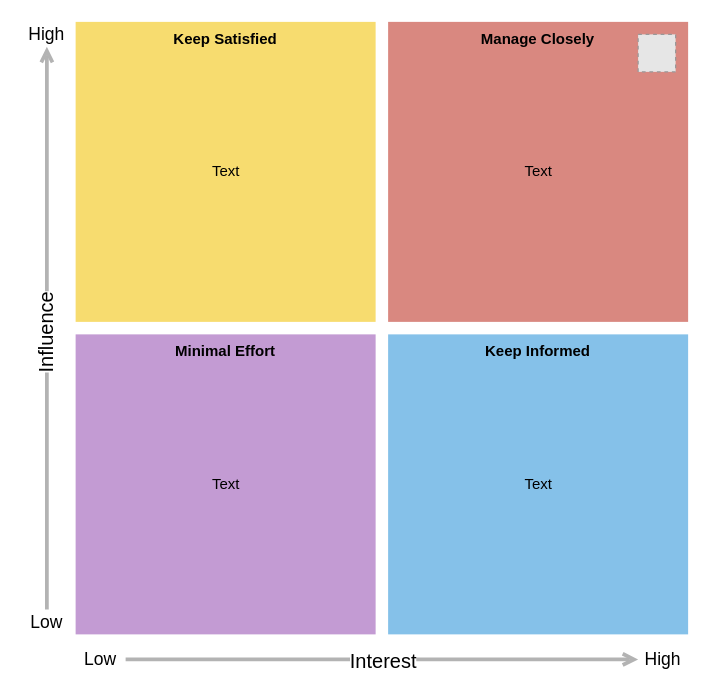
The draw.io diagram Project: Agile Software Engineering Diagram 1.drawio in Matasem-h/SimpleFlowcharts, before the edit. Source tidied: cells renumbered, new cells numbered last; positions are measured from the earlier drawing's top-left corner, leaving out a move shared by most shapes. Both pictures are drawn from the tidied source at 125%, with x=0, y=0 at pixel (21, 21). Pictures stored in the file or linked from it are replaced by grey dashed boxes.
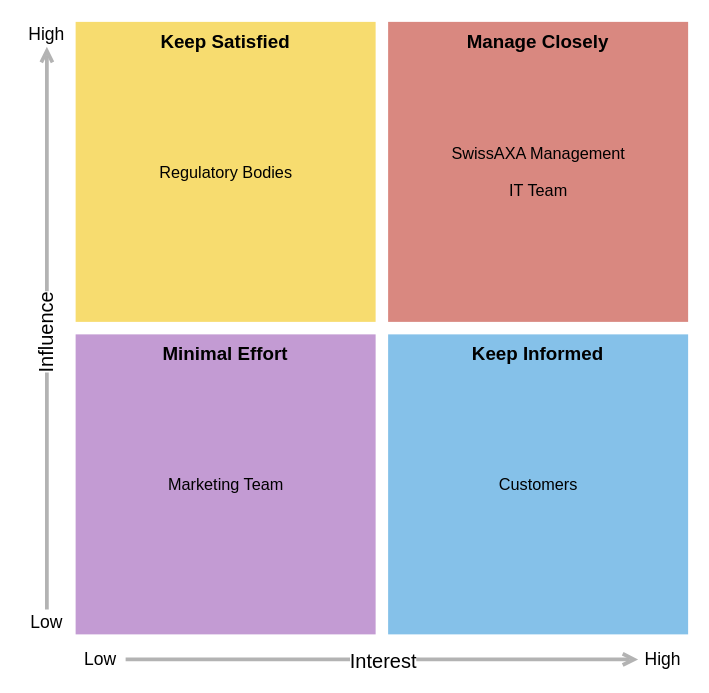
The same page after the edit.

Change to the diagram source:
```diff
@@
 <mxGraphModel>
   <root>
     <mxCell id="0" />
     <mxCell id="1" parent="0" />
-    <mxCell id="2" value="&lt;b&gt;Keep Satisfied&lt;/b&gt;" style="whiteSpace=wrap;html=1;shadow=0;strokeColor=none;fillColor=light-dark(#F7DC6F,#F7DC6F);verticalAlign=top;align=center;" parent="1" vertex="1">
+    <mxCell id="2" value="&lt;font style=&quot;font-size: 15px;&quot;&gt;&lt;b&gt;Keep Satisfied&lt;/b&gt;&lt;/font&gt;" style="whiteSpace=wrap;html=1;shadow=0;strokeColor=none;fillColor=light-dark(#F7DC6F,#F7DC6F);verticalAlign=top;align=center;" parent="1" vertex="1">
       <mxGeometry x="43" width="240" height="240" as="geometry" />
     </mxCell>
-    <mxCell id="3" value="&lt;b&gt;&lt;font&gt;Manage Closely&lt;/font&gt;&lt;/b&gt;" style="whiteSpace=wrap;html=1;shadow=0;strokeColor=none;fillColor=light-dark(#D98880,#AF6D67);verticalAlign=top;align=center;" parent="1" vertex="1">
+    <mxCell id="3" value="&lt;font style=&quot;font-size: 15px;&quot;&gt;&lt;b&gt;&lt;font&gt;Manage Closely&lt;/font&gt;&lt;/b&gt;&lt;/font&gt;" style="whiteSpace=wrap;html=1;shadow=0;strokeColor=none;fillColor=light-dark(#D98880,#AF6D67);verticalAlign=top;align=center;" parent="1" vertex="1">
       <mxGeometry x="293" width="240" height="240" as="geometry" />
     </mxCell>
-    <mxCell id="4" value="&lt;b&gt;Keep Informed&lt;/b&gt;" style="whiteSpace=wrap;html=1;shadow=0;strokeColor=none;fillColor=light-dark(#85C1E9,#85C1E9);verticalAlign=top;" parent="1" vertex="1">
+    <mxCell id="4" value="&lt;font style=&quot;font-size: 15px;&quot;&gt;&lt;b&gt;Keep Informed&lt;/b&gt;&lt;/font&gt;" style="whiteSpace=wrap;html=1;shadow=0;strokeColor=none;fillColor=light-dark(#85C1E9,#85C1E9);verticalAlign=top;" parent="1" vertex="1">
       <mxGeometry x="293" y="250" width="240" height="240" as="geometry" />
     </mxCell>
-    <mxCell id="5" value="&lt;b&gt;Minimal Effort&lt;/b&gt;" style="whiteSpace=wrap;html=1;shadow=0;strokeColor=none;fillColor=light-dark(#C39BD3,#C39BD3);verticalAlign=top;" parent="1" vertex="1">
+    <mxCell id="5" value="&lt;font style=&quot;font-size: 15px;&quot;&gt;&lt;b&gt;Minimal Effort&lt;/b&gt;&lt;/font&gt;" style="whiteSpace=wrap;html=1;shadow=0;strokeColor=none;fillColor=light-dark(#C39BD3,#C39BD3);verticalAlign=top;" parent="1" vertex="1">
       <mxGeometry x="43" y="250" width="240" height="240" as="geometry" />
     </mxCell>
     <mxCell id="6" style="edgeStyle=orthogonalEdgeStyle;rounded=0;jettySize=auto;html=1;entryX=0;entryY=0.5;entryDx=0;entryDy=0;shadow=0;endArrow=open;endFill=0;strokeColor=#B3B3B3;strokeWidth=3;fontSize=14;" parent="1" edge="1" source="8" target="9">
       <mxGeometry relative="1" as="geometry" />
     </mxCell>
     <mxCell id="7" value="Interest" style="edgeLabel;html=1;align=center;verticalAlign=middle;fontSize=16;" parent="6" vertex="1">
       <mxGeometry relative="1" as="geometry" />
     </mxCell>
     <mxCell id="8" value="Low" style="text;html=1;strokeColor=none;fillColor=none;align=center;verticalAlign=middle;whiteSpace=wrap;rounded=0;shadow=0;glass=0;sketch=0;fontSize=14;" parent="1" vertex="1">
       <mxGeometry x="43" y="500" width="40" height="20" as="geometry" />
     </mxCell>
     <mxCell id="9" value="High" style="text;html=1;strokeColor=none;fillColor=none;align=center;verticalAlign=middle;whiteSpace=wrap;rounded=0;shadow=0;glass=0;sketch=0;fontSize=14;" parent="1" vertex="1">
       <mxGeometry x="493" y="500" width="40" height="20" as="geometry" />
     </mxCell>
     <mxCell id="10" style="edgeStyle=orthogonalEdgeStyle;rounded=0;jettySize=auto;html=1;shadow=0;endArrow=open;endFill=0;strokeColor=#B3B3B3;strokeWidth=3;fontSize=14;entryX=0.5;entryY=1;entryDx=0;entryDy=0;" parent="1" edge="1" source="12" target="13">
       <mxGeometry relative="1" as="geometry" />
     </mxCell>
     <mxCell id="11" value="&lt;font style=&quot;font-size: 16px;&quot;&gt;Influence&lt;/font&gt;" style="edgeLabel;html=1;align=center;verticalAlign=middle;fontSize=12;horizontal=0;" parent="10" vertex="1">
       <mxGeometry relative="1" as="geometry">
         <mxPoint x="-2" y="5" as="offset" />
       </mxGeometry>
     </mxCell>
     <mxCell id="12" value="Low" style="text;html=1;strokeColor=none;fillColor=none;align=center;verticalAlign=middle;whiteSpace=wrap;rounded=0;shadow=0;glass=0;sketch=0;fontSize=14;" parent="1" vertex="1">
       <mxGeometry y="470" width="40" height="20" as="geometry" />
     </mxCell>
     <mxCell id="13" value="High" style="text;html=1;strokeColor=none;fillColor=none;align=center;verticalAlign=middle;whiteSpace=wrap;rounded=0;shadow=0;glass=0;sketch=0;fontSize=14;" parent="1" vertex="1">
       <mxGeometry width="40" height="20" as="geometry" />
     </mxCell>
-    <mxCell id="14" style="fillColor=#E6E6E6;strokeColor=#999999;dashed=1;html=1;verticalAlign=top;verticalLabelPosition=bottom;labelBackgroundColor=#ffffff;fontSize=12;" parent="1" vertex="1">
-      <mxGeometry x="493" y="10" width="30" height="30" as="geometry" />
-    </mxCell>
-    <mxCell id="15" value="Text" style="text;html=1;align=center;verticalAlign=middle;strokeColor=none;fillColor=none;" parent="1" vertex="1">
-      <mxGeometry x="138" y="105" width="50" height="30" as="geometry" />
+    <mxCell id="15" value="&lt;font style=&quot;font-size: 13px;&quot;&gt;Regulatory Bodies&lt;/font&gt;" style="text;html=1;align=center;verticalAlign=middle;strokeColor=none;fillColor=none;" parent="1" vertex="1">
+      <mxGeometry x="98" y="105" width="130" height="30" as="geometry" />
     </mxCell>
-    <mxCell id="16" value="Text" style="text;html=1;align=center;verticalAlign=middle;strokeColor=none;fillColor=none;" parent="1" vertex="1">
-      <mxGeometry x="388" y="105" width="50" height="30" as="geometry" />
+    <mxCell id="16" value="&lt;font style=&quot;font-size: 13px;&quot;&gt;SwissAXA Management&lt;/font&gt;" style="text;html=1;align=center;verticalAlign=middle;strokeColor=none;fillColor=none;" parent="1" vertex="1">
+      <mxGeometry x="333" y="90" width="160" height="30" as="geometry" />
     </mxCell>
-    <mxCell id="17" value="Text" style="text;html=1;align=center;verticalAlign=middle;strokeColor=none;fillColor=none;" parent="1" vertex="1">
-      <mxGeometry x="388" y="355" width="50" height="30" as="geometry" />
+    <mxCell id="17" value="&lt;font style=&quot;font-size: 13px;&quot;&gt;Customers&lt;/font&gt;" style="text;html=1;align=center;verticalAlign=middle;strokeColor=none;fillColor=none;" parent="1" vertex="1">
+      <mxGeometry x="368" y="355" width="90" height="30" as="geometry" />
     </mxCell>
-    <mxCell id="18" value="Text" style="text;html=1;align=center;verticalAlign=middle;strokeColor=none;fillColor=none;" parent="1" vertex="1">
-      <mxGeometry x="138" y="355" width="50" height="30" as="geometry" />
+    <mxCell id="18" value="&lt;font style=&quot;font-size: 13px;&quot;&gt;Marketing Team&lt;/font&gt;" style="text;html=1;align=center;verticalAlign=middle;strokeColor=none;fillColor=none;" parent="1" vertex="1">
+      <mxGeometry x="103" y="355" width="120" height="30" as="geometry" />
     </mxCell>
+    <mxCell id="19" value="&lt;font style=&quot;font-size: 13px;&quot;&gt;IT Team&lt;/font&gt;" style="text;html=1;align=center;verticalAlign=middle;strokeColor=none;fillColor=none;" parent="1" vertex="1">
+      <mxGeometry x="378" y="120" width="70" height="30" as="geometry" />
+    </mxCell>
   </root>
 </mxGraphModel>
```
